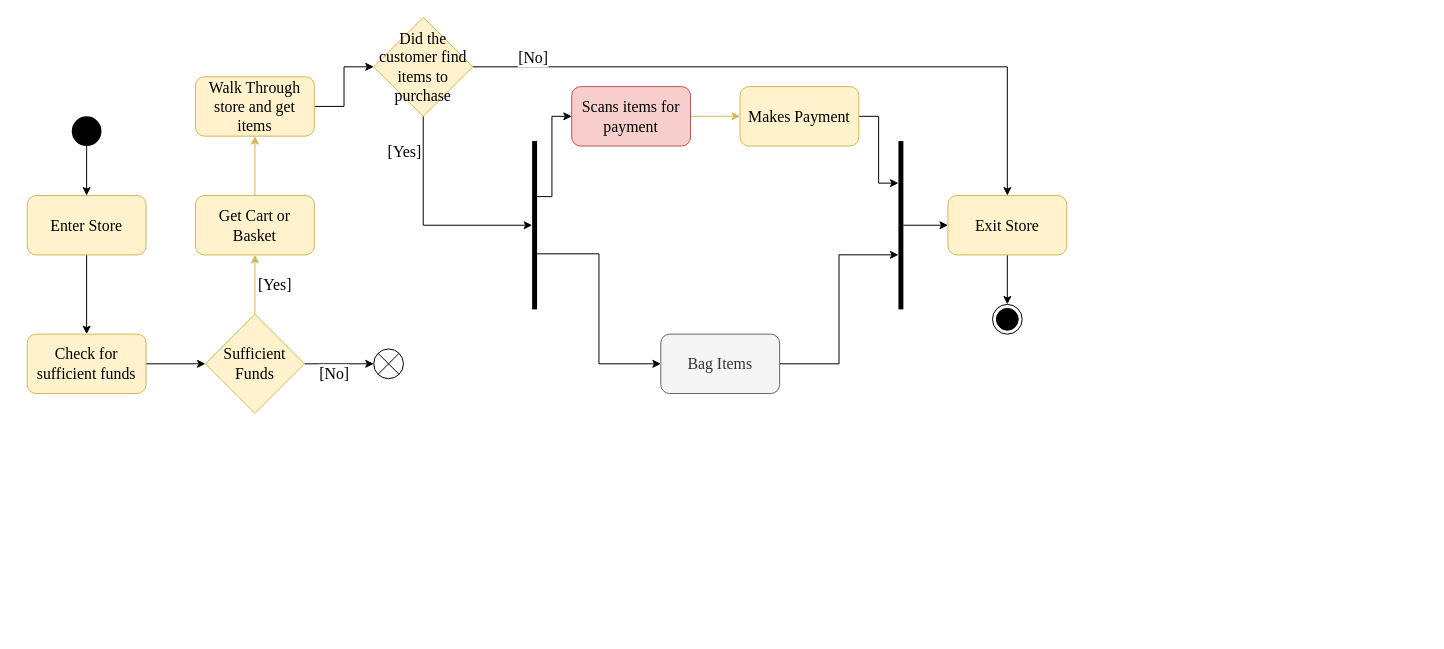
Earlier version of the draw.io diagram Classwork.drawio (parkeraustin72/CTIS345). Source tidied: cells renumbered, new cells numbered last; positions are measured from the earlier drawing's top-left corner, leaving out a move shared by most shapes. Both pictures are drawn from the tidied source at 99%, with x=0, y=0 at pixel (27, 17).
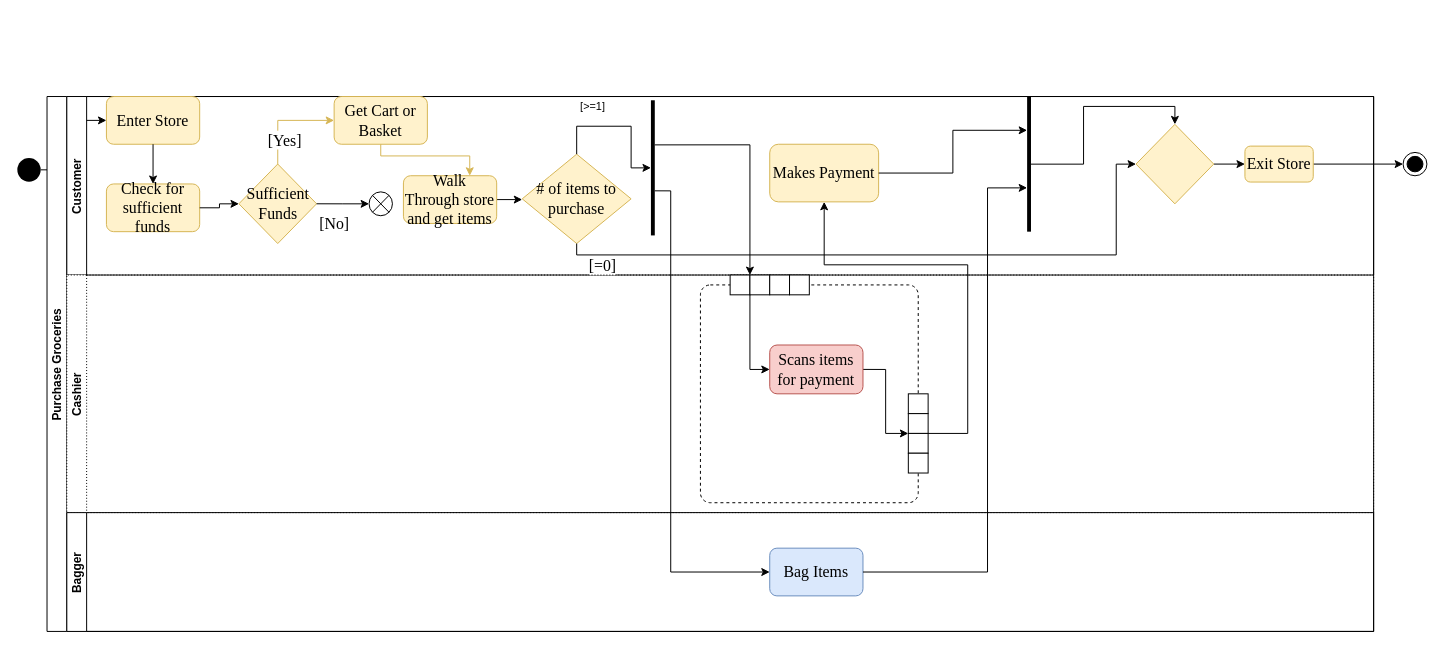
After the change.

Change to the diagram source:
```diff
@@
-    <mxCell id="2" value="[Yes]" style="edgeStyle=orthogonalEdgeStyle;rounded=0;jettySize=auto;html=1;fontSize=16;fillColor=#fff2cc;strokeColor=#d6b656;fontFamily=Times New Roman;exitX=0.5;exitY=0;exitDx=0;exitDy=0;" parent="1" edge="1" source="21" target="6">
-      <mxGeometry y="-20" relative="1" as="geometry" />
-    </mxCell>
-    <mxCell id="3" style="edgeStyle=orthogonalEdgeStyle;rounded=0;jettySize=auto;html=1;fontFamily=Times New Roman;fontSize=16;" parent="1" edge="1" source="4" target="19">
-      <mxGeometry relative="1" as="geometry" />
-    </mxCell>
-    <mxCell id="4" value="Enter Store" style="rounded=1;whiteSpace=wrap;html=1;fontSize=16;fillColor=#fff2cc;strokeColor=#d6b656;fontFamily=Times New Roman;" parent="1" vertex="1">
-      <mxGeometry y="180" width="120" height="60" as="geometry" />
-    </mxCell>
-    <mxCell id="5" style="edgeStyle=orthogonalEdgeStyle;rounded=0;jettySize=auto;html=1;fontSize=16;fillColor=#fff2cc;strokeColor=#d6b656;fontFamily=Times New Roman;" parent="1" edge="1" source="6" target="8">
-      <mxGeometry relative="1" as="geometry" />
-    </mxCell>
-    <mxCell id="6" value="Get Cart or Basket" style="whiteSpace=wrap;html=1;rounded=1;fontSize=16;fillColor=#fff2cc;strokeColor=#d6b656;fontFamily=Times New Roman;" parent="1" vertex="1">
-      <mxGeometry x="170" y="180" width="120" height="60" as="geometry" />
-    </mxCell>
-    <mxCell id="7" style="edgeStyle=orthogonalEdgeStyle;rounded=0;jettySize=auto;html=1;fontFamily=Times New Roman;fontSize=16;" parent="1" edge="1" source="8" target="34">
-      <mxGeometry relative="1" as="geometry" />
-    </mxCell>
-    <mxCell id="8" value="Walk Through store and get items" style="whiteSpace=wrap;html=1;rounded=1;fontSize=16;fillColor=#fff2cc;strokeColor=#d6b656;fontFamily=Times New Roman;" parent="1" vertex="1">
-      <mxGeometry x="170" y="60" width="120" height="60" as="geometry" />
-    </mxCell>
-    <mxCell id="9" style="edgeStyle=orthogonalEdgeStyle;rounded=0;jettySize=auto;html=1;fontSize=16;fillColor=#fff2cc;strokeColor=#d6b656;fontFamily=Times New Roman;" parent="1" edge="1" source="10" target="12">
-      <mxGeometry relative="1" as="geometry" />
-    </mxCell>
-    <mxCell id="10" value="Scans items for payment" style="whiteSpace=wrap;html=1;rounded=1;fontSize=16;fillColor=#f8cecc;strokeColor=#b85450;fontFamily=Times New Roman;" parent="1" vertex="1">
-      <mxGeometry x="550" y="70" width="120" height="60" as="geometry" />
-    </mxCell>
-    <mxCell id="11" style="edgeStyle=orthogonalEdgeStyle;rounded=0;jettySize=auto;html=1;exitX=1;exitY=0.5;exitDx=0;exitDy=0;entryX=0;entryY=0.25;entryDx=0;entryDy=0;fontFamily=Times New Roman;fontSize=16;" parent="1" edge="1" source="12" target="29">
-      <mxGeometry relative="1" as="geometry" />
-    </mxCell>
-    <mxCell id="12" value="Makes Payment" style="whiteSpace=wrap;html=1;rounded=1;fontSize=16;fillColor=#fff2cc;strokeColor=#d6b656;fontFamily=Times New Roman;" parent="1" vertex="1">
-      <mxGeometry x="720" y="70" width="120" height="60" as="geometry" />
-    </mxCell>
-    <mxCell id="13" style="edgeStyle=orthogonalEdgeStyle;rounded=0;jettySize=auto;html=1;exitX=0.5;exitY=1;exitDx=0;exitDy=0;entryX=0.5;entryY=0;entryDx=0;entryDy=0;fontFamily=Times New Roman;fontSize=16;" parent="1" edge="1" source="14" target="17">
-      <mxGeometry relative="1" as="geometry" />
-    </mxCell>
-    <mxCell id="14" value="Exit Store" style="whiteSpace=wrap;html=1;rounded=1;fontSize=16;fillColor=#fff2cc;strokeColor=#d6b656;fontFamily=Times New Roman;" parent="1" vertex="1">
-      <mxGeometry x="930" y="180" width="120" height="60" as="geometry" />
-    </mxCell>
-    <mxCell id="15" style="edgeStyle=orthogonalEdgeStyle;rounded=0;jettySize=auto;html=1;exitX=0.5;exitY=1;exitDx=0;exitDy=0;entryX=0.5;entryY=0;entryDx=0;entryDy=0;fontFamily=Times New Roman;fontSize=16;" parent="1" edge="1" source="16" target="4">
+    <mxCell id="15" style="edgeStyle=orthogonalEdgeStyle;rounded=0;jettySize=auto;html=1;exitX=1;exitY=0.5;exitDx=0;exitDy=0;entryX=0;entryY=0.5;entryDx=0;entryDy=0;fontFamily=Times New Roman;fontSize=16;" parent="1" edge="1" source="16" target="4">
       <mxGeometry relative="1" as="geometry" />
     </mxCell>
     <mxCell id="16" style="ellipse;fillColor=#000000;strokeColor=none;fontFamily=Times New Roman;fontSize=16;" parent="1" vertex="1">
-      <mxGeometry x="45" y="100" width="30" height="30" as="geometry" />
+      <mxGeometry x="-10" y="142" width="23.6" height="24.1" as="geometry" />
     </mxCell>
-    <mxCell id="17" style="ellipse;html=1;shape=endState;fillColor=strokeColor;fontFamily=Times New Roman;fontSize=16;" parent="1" vertex="1">
-      <mxGeometry x="975" y="290" width="30" height="30" as="geometry" />
+    <mxCell id="17" style="ellipse;html=1;shape=endState;fillColor=strokeColor;fontFamily=Times New Roman;fontSize=16;rotation=-90;" parent="1" vertex="1">
+      <mxGeometry x="1390" y="136.2" width="23.6" height="24.1" as="geometry" />
     </mxCell>
+    <mxCell id="13" style="edgeStyle=orthogonalEdgeStyle;rounded=0;jettySize=auto;html=1;exitX=1;exitY=0.5;exitDx=0;exitDy=0;entryX=0.5;entryY=0;entryDx=0;entryDy=0;fontFamily=Times New Roman;fontSize=16;" parent="1" edge="1" source="14" target="17">
+      <mxGeometry relative="1" as="geometry" />
+    </mxCell>
+    <mxCell id="35" value="Purchase Groceries" style="swimlane;horizontal=0;startSize=20;" parent="1" vertex="1">
+      <mxGeometry x="20" y="80" width="1340" height="540.3" as="geometry" />
+    </mxCell>
+    <mxCell id="36" value="Customer" style="swimlane;startSize=20;horizontal=0;" parent="35" vertex="1">
+      <mxGeometry x="20" width="1320" height="180.3" as="geometry" />
+    </mxCell>
+    <mxCell id="27" style="html=1;points=[[0,0.5,0,0,0],[1,0.33,0,0,0],[1,0.67,0,0,0]];perimeter=orthogonalPerimeter;fillColor=#000000;strokeColor=none;fontFamily=Times New Roman;fontSize=16;" parent="36" vertex="1">
+      <mxGeometry x="590" y="3.8" width="3.9" height="136.5" as="geometry" />
+    </mxCell>
+    <mxCell id="29" style="html=1;perimeter=orthogonalPerimeter;fillColor=#000000;strokeColor=none;fontFamily=Times New Roman;fontSize=16;" parent="36" vertex="1">
+      <mxGeometry x="970" width="3.9" height="136.5" as="geometry" />
+    </mxCell>
+    <mxCell id="12" value="Makes Payment" style="whiteSpace=wrap;html=1;rounded=1;fontSize=16;fillColor=#fff2cc;strokeColor=#d6b656;fontFamily=Times New Roman;" parent="36" vertex="1">
+      <mxGeometry x="710" y="48.2" width="110" height="58.2" as="geometry" />
+    </mxCell>
+    <mxCell id="11" style="edgeStyle=orthogonalEdgeStyle;rounded=0;jettySize=auto;html=1;exitX=1;exitY=0.5;exitDx=0;exitDy=0;entryX=0;entryY=0.25;entryDx=0;entryDy=0;fontFamily=Times New Roman;fontSize=16;" parent="36" edge="1" source="12" target="29">
+      <mxGeometry relative="1" as="geometry" />
+    </mxCell>
+    <mxCell id="37" style="edgeStyle=orthogonalEdgeStyle;rounded=0;jettySize=auto;html=1;exitX=1;exitY=0.5;exitDx=0;exitDy=0;entryX=0;entryY=0.5;entryDx=0;entryDy=0;" parent="36" edge="1" source="38" target="14">
+      <mxGeometry relative="1" as="geometry" />
+    </mxCell>
+    <mxCell id="38" style="rhombus;whiteSpace=wrap;html=1;fontSize=16;fontFamily=Times New Roman;fillColor=#fff2cc;strokeColor=#d6b656;" parent="36" vertex="1">
+      <mxGeometry x="1080" y="28.1" width="78.5" height="80.3" as="geometry" />
+    </mxCell>
+    <mxCell id="39" style="edgeStyle=orthogonalEdgeStyle;rounded=0;jettySize=auto;html=1;entryX=0.5;entryY=0;entryDx=0;entryDy=0;" parent="36" edge="1" source="29" target="38">
+      <mxGeometry relative="1" as="geometry">
+        <Array as="points">
+          <mxPoint x="1027" y="68" />
+          <mxPoint x="1027" y="10" />
+          <mxPoint x="1119" y="10" />
+        </Array>
+      </mxGeometry>
+    </mxCell>
+    <mxCell id="4" value="Enter Store" style="rounded=1;whiteSpace=wrap;html=1;fontSize=16;fillColor=#fff2cc;strokeColor=#d6b656;fontFamily=Times New Roman;" parent="36" vertex="1">
+      <mxGeometry x="40" width="94.2" height="48.2" as="geometry" />
+    </mxCell>
+    <mxCell id="19" value="Check for sufficient funds" style="whiteSpace=wrap;html=1;fontSize=16;fontFamily=Times New Roman;fillColor=#fff2cc;strokeColor=#d6b656;rounded=1;" parent="36" vertex="1">
+      <mxGeometry x="40" y="88.3" width="94.2" height="48.2" as="geometry" />
+    </mxCell>
+    <mxCell id="3" style="edgeStyle=orthogonalEdgeStyle;rounded=0;jettySize=auto;html=1;fontFamily=Times New Roman;fontSize=16;exitX=0.5;exitY=1;exitDx=0;exitDy=0;" parent="36" edge="1" source="4" target="19">
+      <mxGeometry relative="1" as="geometry" />
+    </mxCell>
+    <mxCell id="21" value="Sufficient Funds" style="rhombus;whiteSpace=wrap;html=1;fontSize=16;fontFamily=Times New Roman;fillColor=#fff2cc;strokeColor=#d6b656;rounded=1;arcSize=0;" parent="36" vertex="1">
+      <mxGeometry x="173.8" y="68.2" width="78.5" height="80.3" as="geometry" />
+    </mxCell>
-    <mxCell id="18" style="edgeStyle=orthogonalEdgeStyle;rounded=0;jettySize=auto;html=1;fontFamily=Times New Roman;fontSize=16;" parent="1" edge="1" source="19" target="21">
+    <mxCell id="18" style="edgeStyle=orthogonalEdgeStyle;rounded=0;jettySize=auto;html=1;fontFamily=Times New Roman;fontSize=16;" parent="36" edge="1" source="19" target="21">
       <mxGeometry relative="1" as="geometry" />
     </mxCell>
-    <mxCell id="19" value="Check for sufficient funds" style="whiteSpace=wrap;html=1;fontSize=16;fontFamily=Times New Roman;fillColor=#fff2cc;strokeColor=#d6b656;rounded=1;" parent="1" vertex="1">
-      <mxGeometry y="320" width="120" height="60" as="geometry" />
-    </mxCell>
+    <mxCell id="7" style="edgeStyle=orthogonalEdgeStyle;rounded=0;jettySize=auto;html=1;exitX=1;exitY=0.5;exitDx=0;exitDy=0;entryX=0;entryY=0.5;entryDx=0;entryDy=0;" parent="36" edge="1" source="8" target="34">
+      <mxGeometry relative="1" as="geometry" />
+    </mxCell>
+    <mxCell id="8" value="Walk Through store and get items" style="whiteSpace=wrap;html=1;rounded=1;fontSize=16;fillColor=#fff2cc;strokeColor=#d6b656;fontFamily=Times New Roman;" parent="36" vertex="1">
+      <mxGeometry x="340" y="80" width="94.2" height="48.2" as="geometry" />
+    </mxCell>
+    <mxCell id="6" value="Get Cart or Basket" style="whiteSpace=wrap;html=1;rounded=1;fontSize=16;fillColor=#fff2cc;strokeColor=#d6b656;fontFamily=Times New Roman;" parent="36" vertex="1">
+      <mxGeometry x="270" width="94.2" height="48.2" as="geometry" />
+    </mxCell>
+    <mxCell id="5" style="edgeStyle=orthogonalEdgeStyle;rounded=0;jettySize=auto;html=1;fontSize=16;fillColor=#fff2cc;strokeColor=#d6b656;fontFamily=Times New Roman;" parent="36" edge="1" source="6" target="8">
+      <mxGeometry relative="1" as="geometry">
+        <Array as="points">
+          <mxPoint x="317" y="60" />
+          <mxPoint x="407" y="60" />
+        </Array>
+      </mxGeometry>
+    </mxCell>
+    <mxCell id="2" value="[Yes]" style="edgeStyle=orthogonalEdgeStyle;rounded=0;jettySize=auto;html=1;fontSize=16;fillColor=#fff2cc;strokeColor=#d6b656;fontFamily=Times New Roman;exitX=0.5;exitY=0;exitDx=0;exitDy=0;entryX=0;entryY=0.5;entryDx=0;entryDy=0;" parent="36" edge="1" source="21" target="6">
+      <mxGeometry y="-20" relative="1" as="geometry" />
+    </mxCell>
+    <mxCell id="22" style="shape=sumEllipse;perimeter=ellipsePerimeter;whiteSpace=wrap;html=1;backgroundOutline=1;fontFamily=Times New Roman;fontSize=16;" parent="36" vertex="1">
+      <mxGeometry x="305.3" y="96.3" width="23.6" height="24.1" as="geometry" />
+    </mxCell>
-    <mxCell id="20" value="[No]" style="edgeStyle=orthogonalEdgeStyle;rounded=0;jettySize=auto;html=1;exitX=1;exitY=0.5;exitDx=0;exitDy=0;fontFamily=Times New Roman;fontSize=16;" parent="1" edge="1" source="21" target="22">
-      <mxGeometry x="-0.14" y="-10" relative="1" as="geometry" />
+    <mxCell id="20" value="[No]" style="edgeStyle=orthogonalEdgeStyle;rounded=0;jettySize=auto;html=1;exitX=1;exitY=0.5;exitDx=0;exitDy=0;fontFamily=Times New Roman;fontSize=16;" parent="36" edge="1" source="21" target="22">
+      <mxGeometry x="-0.33" y="-20" relative="1" as="geometry" />
     </mxCell>
-    <mxCell id="21" value="Sufficient Funds" style="rhombus;whiteSpace=wrap;html=1;fontSize=16;fontFamily=Times New Roman;fillColor=#fff2cc;strokeColor=#d6b656;rounded=1;arcSize=0;" parent="1" vertex="1">
-      <mxGeometry x="180" y="300" width="100" height="100" as="geometry" />
-    </mxCell>
-    <mxCell id="22" style="shape=sumEllipse;perimeter=ellipsePerimeter;whiteSpace=wrap;html=1;backgroundOutline=1;fontFamily=Times New Roman;fontSize=16;" parent="1" vertex="1">
-      <mxGeometry x="350" y="335" width="30" height="30" as="geometry" />
-    </mxCell>
-    <mxCell id="23" style="edgeStyle=orthogonalEdgeStyle;rounded=0;jettySize=auto;html=1;exitX=1;exitY=0.5;exitDx=0;exitDy=0;entryX=0;entryY=0.676;entryDx=0;entryDy=0;fontFamily=Times New Roman;fontSize=16;entryPerimeter=0;" parent="1" edge="1" source="24" target="29">
-      <mxGeometry relative="1" as="geometry" />
-    </mxCell>
-    <mxCell id="24" value="Bag Items" style="rounded=1;whiteSpace=wrap;html=1;fontFamily=Times New Roman;fontSize=16;fillColor=#f5f5f5;fontColor=#333333;strokeColor=#666666;" parent="1" vertex="1">
-      <mxGeometry x="640" y="320" width="120" height="60" as="geometry" />
-    </mxCell>
-    <mxCell id="25" style="edgeStyle=orthogonalEdgeStyle;rounded=0;jettySize=auto;html=1;exitX=1;exitY=0.33;exitDx=0;exitDy=0;exitPerimeter=0;entryX=0;entryY=0.5;entryDx=0;entryDy=0;fontFamily=Times New Roman;fontSize=16;" parent="1" edge="1" source="27" target="10">
-      <mxGeometry relative="1" as="geometry">
-        <Array as="points">
-          <mxPoint x="530" y="181" />
-          <mxPoint x="530" y="100" />
-        </Array>
-      </mxGeometry>
-    </mxCell>
-    <mxCell id="26" style="edgeStyle=orthogonalEdgeStyle;rounded=0;jettySize=auto;html=1;exitX=1;exitY=0.67;exitDx=0;exitDy=0;exitPerimeter=0;fontFamily=Times New Roman;fontSize=16;entryX=0;entryY=0.5;entryDx=0;entryDy=0;" parent="1" edge="1" source="27" target="24">
-      <mxGeometry relative="1" as="geometry" />
-    </mxCell>
-    <mxCell id="27" style="html=1;points=[[0,0.5,0,0,0],[1,0.33,0,0,0],[1,0.67,0,0,0]];perimeter=orthogonalPerimeter;fillColor=#000000;strokeColor=none;fontFamily=Times New Roman;fontSize=16;" parent="1" vertex="1">
-      <mxGeometry x="510" y="125" width="5" height="170" as="geometry" />
-    </mxCell>
-    <mxCell id="28" style="edgeStyle=orthogonalEdgeStyle;rounded=0;jettySize=auto;html=1;exitX=1;exitY=0.5;exitDx=0;exitDy=0;entryX=0;entryY=0.5;entryDx=0;entryDy=0;fontFamily=Times New Roman;fontSize=16;" parent="1" edge="1" source="29" target="14">
-      <mxGeometry relative="1" as="geometry" />
-    </mxCell>
-    <mxCell id="29" style="html=1;perimeter=orthogonalPerimeter;fillColor=#000000;strokeColor=none;fontFamily=Times New Roman;fontSize=16;" parent="1" vertex="1">
-      <mxGeometry x="880" y="125" width="5" height="170" as="geometry" />
-    </mxCell>
-    <mxCell id="30" style="edgeStyle=orthogonalEdgeStyle;rounded=0;jettySize=auto;html=1;exitX=0.5;exitY=1;exitDx=0;exitDy=0;entryX=0;entryY=0.5;entryDx=0;entryDy=0;entryPerimeter=0;fontFamily=Times New Roman;fontSize=16;" parent="1" edge="1" source="34" target="27">
-      <mxGeometry relative="1" as="geometry" />
-    </mxCell>
-    <mxCell id="31" value="[Yes]" style="edgeLabel;html=1;align=center;verticalAlign=middle;fontSize=16;fontFamily=Times New Roman;" parent="30" vertex="1">
-      <mxGeometry x="-0.68" y="-2" relative="1" as="geometry">
-        <mxPoint x="-18" as="offset" />
-      </mxGeometry>
-    </mxCell>
+    <mxCell id="14" value="Exit Store" style="whiteSpace=wrap;html=1;rounded=1;fontSize=16;fillColor=#fff2cc;strokeColor=#d6b656;fontFamily=Times New Roman;" parent="36" vertex="1">
+      <mxGeometry x="1190" y="50.1" width="69" height="36.3" as="geometry" />
+    </mxCell>
+    <mxCell id="34" value="# of items to purchase" style="rhombus;whiteSpace=wrap;html=1;fontSize=16;fontFamily=Times New Roman;fillColor=#fff2cc;strokeColor=#d6b656;rounded=1;arcSize=0;" parent="36" vertex="1">
+      <mxGeometry x="460" y="58.2" width="110" height="90.3" as="geometry" />
+    </mxCell>
-    <mxCell id="32" style="edgeStyle=orthogonalEdgeStyle;rounded=0;jettySize=auto;html=1;exitX=1;exitY=0.5;exitDx=0;exitDy=0;fontFamily=Times New Roman;fontSize=16;" parent="1" edge="1" source="34" target="14">
-      <mxGeometry relative="1" as="geometry" />
+    <mxCell id="32" style="edgeStyle=orthogonalEdgeStyle;rounded=0;jettySize=auto;html=1;exitX=0.5;exitY=1;exitDx=0;exitDy=0;fontFamily=Times New Roman;fontSize=16;entryX=0;entryY=0.5;entryDx=0;entryDy=0;" parent="36" edge="1" source="34" target="38">
+      <mxGeometry relative="1" as="geometry">
+        <Array as="points">
+          <mxPoint x="515" y="160" />
+          <mxPoint x="1060" y="160" />
+          <mxPoint x="1060" y="68" />
+        </Array>
+      </mxGeometry>
     </mxCell>
-    <mxCell id="33" value="[No]" style="edgeLabel;html=1;align=center;verticalAlign=middle;fontSize=16;fontFamily=Times New Roman;" parent="32" vertex="1">
+    <mxCell id="33" value="[=0]" style="edgeLabel;html=1;align=center;verticalAlign=middle;fontSize=16;fontFamily=Times New Roman;" parent="32" vertex="1">
       <mxGeometry x="-0.82" y="-1" relative="1" as="geometry">
-        <mxPoint y="-11" as="offset" />
+        <mxPoint x="-23" y="9" as="offset" />
       </mxGeometry>
     </mxCell>
-    <mxCell id="34" value="Did the customer find items to purchase" style="rhombus;whiteSpace=wrap;html=1;fontSize=16;fontFamily=Times New Roman;fillColor=#fff2cc;strokeColor=#d6b656;rounded=1;arcSize=0;" parent="1" vertex="1">
-      <mxGeometry x="350" width="100" height="100" as="geometry" />
-    </mxCell>
+    <mxCell id="30" value="[&amp;gt;=1]" style="edgeStyle=orthogonalEdgeStyle;rounded=0;jettySize=auto;html=1;exitX=0.5;exitY=0;exitDx=0;exitDy=0;entryX=0;entryY=0.5;entryDx=0;entryDy=0;entryPerimeter=0;" parent="36" edge="1" source="34" target="27">
+      <mxGeometry x="-0.39" y="20" relative="1" as="geometry">
+        <Array as="points">
+          <mxPoint x="515" y="30" />
+          <mxPoint x="570" y="30" />
+          <mxPoint x="570" y="72" />
+        </Array>
+      </mxGeometry>
+    </mxCell>
+    <mxCell id="40" value="Cashier" style="swimlane;startSize=20;horizontal=0;dashed=1;dashPattern=1 2;" parent="35" vertex="1">
+      <mxGeometry x="20" y="180.3" width="1320" height="240" as="geometry" />
+    </mxCell>
+    <mxCell id="41" style="html=1;dashed=1;rounded=1;absoluteArcSize=1;arcSize=20;verticalAlign=top;align=left;spacingTop=20;spacingLeft=20;" parent="40" vertex="1">
+      <mxGeometry x="640" y="10" width="220" height="220" as="geometry" />
+    </mxCell>
+    <mxCell id="42" style="edgeStyle=orthogonalEdgeStyle;rounded=0;jettySize=auto;html=1;exitX=0.25;exitY=1;exitDx=0;exitDy=0;entryX=0;entryY=0.5;entryDx=0;entryDy=0;strokeColor=#000000;" parent="41" edge="1" source="43" target="10">
+      <mxGeometry relative="1" as="geometry" />
+    </mxCell>
+    <mxCell id="43" style="group;" parent="41" vertex="1">
+      <mxGeometry width="80" height="20" relative="1" as="geometry">
+        <mxPoint x="30" y="-10" as="offset" />
+      </mxGeometry>
+    </mxCell>
+    <mxCell id="44" style="points=[[0,0],[0.5,0],[1,0]];" parent="43" vertex="1">
+      <mxGeometry width="20" height="20" relative="1" as="geometry" />
+    </mxCell>
+    <mxCell id="45" parent="43" vertex="1">
+      <mxGeometry width="20" height="20" relative="1" as="geometry">
+        <mxPoint x="20" as="offset" />
+      </mxGeometry>
+    </mxCell>
+    <mxCell id="46" parent="43" vertex="1">
+      <mxGeometry width="20" height="20" relative="1" as="geometry">
+        <mxPoint x="40" as="offset" />
+      </mxGeometry>
+    </mxCell>
+    <mxCell id="47" parent="43" vertex="1">
+      <mxGeometry width="20" height="20" relative="1" as="geometry">
+        <mxPoint x="60" as="offset" />
+      </mxGeometry>
+    </mxCell>
+    <mxCell id="48" style="group;" parent="41" vertex="1">
+      <mxGeometry x="1" y="1" width="20" height="80" relative="1" as="geometry">
+        <mxPoint x="-10" y="-110" as="offset" />
+      </mxGeometry>
+    </mxCell>
+    <mxCell id="49" parent="48" vertex="1">
+      <mxGeometry width="20" height="20" relative="1" as="geometry" />
+    </mxCell>
+    <mxCell id="50" parent="48" vertex="1">
+      <mxGeometry width="20" height="20" relative="1" as="geometry">
+        <mxPoint y="20" as="offset" />
+      </mxGeometry>
+    </mxCell>
+    <mxCell id="51" style="points=[[0,0],[0.5,0],[1,0]];" parent="48" vertex="1">
+      <mxGeometry width="20" height="20" relative="1" as="geometry">
+        <mxPoint y="40" as="offset" />
+      </mxGeometry>
+    </mxCell>
+    <mxCell id="52" parent="48" vertex="1">
+      <mxGeometry width="20" height="20" relative="1" as="geometry">
+        <mxPoint y="60" as="offset" />
+      </mxGeometry>
+    </mxCell>
+    <mxCell id="53" style="edgeStyle=orthogonalEdgeStyle;rounded=0;jettySize=auto;html=1;exitX=1;exitY=0.5;exitDx=0;exitDy=0;entryX=0;entryY=0.5;entryDx=0;entryDy=0;strokeColor=#000000;" parent="41" edge="1" source="10" target="48">
+      <mxGeometry relative="1" as="geometry" />
+    </mxCell>
+    <mxCell id="10" value="Scans items for payment" style="whiteSpace=wrap;html=1;rounded=1;fontSize=16;fillColor=#f8cecc;strokeColor=#b85450;fontFamily=Times New Roman;" parent="41" vertex="1">
+      <mxGeometry x="70" y="60.7" width="94.2" height="49.3" as="geometry" />
+    </mxCell>
+    <mxCell id="54" value="Bagger" style="swimlane;startSize=20;horizontal=0;" parent="35" vertex="1">
+      <mxGeometry x="20" y="420.3" width="1320" height="120" as="geometry" />
+    </mxCell>
+    <mxCell id="24" value="Bag Items" style="rounded=1;whiteSpace=wrap;html=1;fontFamily=Times New Roman;fontSize=16;fillColor=#dae8fc;strokeColor=#6c8ebf;" parent="54" vertex="1">
+      <mxGeometry x="710" y="35.9" width="94.2" height="48.2" as="geometry" />
+    </mxCell>
+    <mxCell id="23" style="edgeStyle=orthogonalEdgeStyle;rounded=0;jettySize=auto;html=1;exitX=1;exitY=0.5;exitDx=0;exitDy=0;entryX=0;entryY=0.676;entryDx=0;entryDy=0;fontFamily=Times New Roman;fontSize=16;entryPerimeter=0;" parent="35" edge="1" source="24" target="29">
+      <mxGeometry relative="1" as="geometry">
+        <Array as="points">
+          <mxPoint x="950" y="480" />
+          <mxPoint x="950" y="92" />
+        </Array>
+      </mxGeometry>
+    </mxCell>
+    <mxCell id="9" style="edgeStyle=orthogonalEdgeStyle;rounded=0;jettySize=auto;html=1;fontSize=16;fillColor=#fff2cc;strokeColor=#000000;fontFamily=Times New Roman;exitX=1;exitY=0;exitDx=0;exitDy=0;" parent="35" edge="1" source="51" target="12">
+      <mxGeometry relative="1" as="geometry">
+        <Array as="points">
+          <mxPoint x="930" y="340" />
+          <mxPoint x="930" y="170" />
+          <mxPoint x="785" y="170" />
+        </Array>
+      </mxGeometry>
+    </mxCell>
+    <mxCell id="55" style="edgeStyle=orthogonalEdgeStyle;rounded=0;jettySize=auto;html=1;exitX=1;exitY=0.33;exitDx=0;exitDy=0;exitPerimeter=0;entryX=1;entryY=0;entryDx=0;entryDy=0;" parent="35" edge="1" source="27" target="44">
+      <mxGeometry relative="1" as="geometry" />
+    </mxCell>
+    <mxCell id="26" style="edgeStyle=orthogonalEdgeStyle;rounded=0;jettySize=auto;html=1;exitX=1;exitY=0.67;exitDx=0;exitDy=0;exitPerimeter=0;entryX=0;entryY=0.5;entryDx=0;entryDy=0;" parent="35" edge="1" source="27" target="24">
+      <mxGeometry relative="1" as="geometry">
+        <Array as="points">
+          <mxPoint x="630" y="95" />
+          <mxPoint x="630" y="480" />
+        </Array>
+      </mxGeometry>
+    </mxCell>
```
